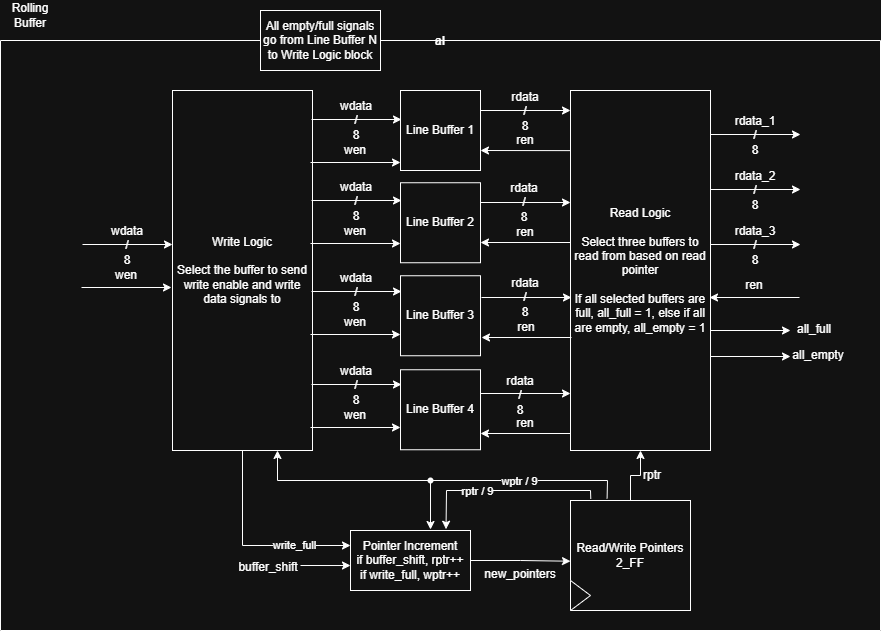
Above: diagrams/rolling_buffer.png in aryanka15/FPGA_Image_Processor (draw.io), before the change. Source tidied: cells renumbered, new cells last; positions are measured from the earlier drawing's top-left corner, leaving out a move shared by most shapes.
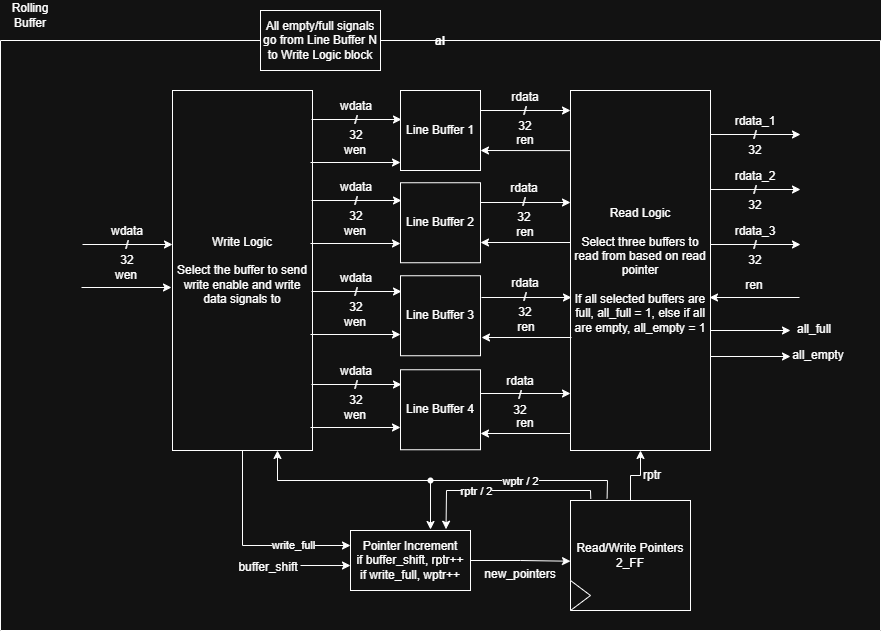
Above is the later version.

Commit message:
Updated rolling buffer RTL diagram to 32 bits

Change to the diagram source:
```diff
@@ -46,7 +46,7 @@
         <mxPoint x="172" y="204" as="targetPoint" />
       </mxGeometry>
     </mxCell>
-    <mxCell id="14" value="wdata&lt;div&gt;/&lt;/div&gt;&lt;div&gt;8&lt;/div&gt;" style="text;html=1;whiteSpace=wrap;strokeColor=none;fillColor=none;align=center;verticalAlign=middle;rounded=0;" parent="2" vertex="1">
+    <mxCell id="14" value="wdata&lt;div&gt;/&lt;/div&gt;&lt;div&gt;32&lt;/div&gt;" style="text;html=1;whiteSpace=wrap;strokeColor=none;fillColor=none;align=center;verticalAlign=middle;rounded=0;" parent="2" vertex="1">
       <mxGeometry x="97" y="190" width="60" height="30" as="geometry" />
     </mxCell>
     <mxCell id="15" style="edgeStyle=none;orthogonalLoop=1;jettySize=auto;html=1;rounded=0;" parent="2" edge="1">
@@ -78,7 +78,7 @@
         </Array>
       </mxGeometry>
     </mxCell>
-    <mxCell id="22" value="rptr / 9" style="edgeLabel;html=1;align=center;verticalAlign=middle;" parent="21" vertex="1">
+    <mxCell id="22" value="rptr / 2" style="edgeLabel;html=1;align=center;verticalAlign=middle;" parent="21" vertex="1">
       <mxGeometry x="0.34" relative="1" as="geometry">
         <mxPoint x="6" as="offset" />
       </mxGeometry>
@@ -98,7 +98,7 @@
     <mxCell id="26" value="Rolling Buffer" style="text;html=1;whiteSpace=wrap;strokeColor=none;fillColor=none;align=center;verticalAlign=middle;rounded=0;" parent="1" vertex="1">
       <mxGeometry width="60" height="30" as="geometry" />
     </mxCell>
-    <mxCell id="27" value="rdata&lt;div&gt;/&lt;/div&gt;&lt;div&gt;8&lt;/div&gt;" style="text;html=1;whiteSpace=wrap;strokeColor=none;fillColor=none;align=center;verticalAlign=middle;rounded=0;" parent="1" vertex="1">
+    <mxCell id="27" value="rdata&lt;div&gt;/&lt;/div&gt;&lt;div&gt;32&lt;/div&gt;" style="text;html=1;whiteSpace=wrap;strokeColor=none;fillColor=none;align=center;verticalAlign=middle;rounded=0;" parent="1" vertex="1">
       <mxGeometry x="495" y="96" width="60" height="30" as="geometry" />
     </mxCell>
     <mxCell id="28" value="ren" style="text;html=1;whiteSpace=wrap;strokeColor=none;fillColor=none;align=center;verticalAlign=middle;rounded=0;" parent="1" vertex="1">
@@ -155,7 +155,7 @@
         <mxPoint x="401" y="119" as="targetPoint" />
       </mxGeometry>
     </mxCell>
-    <mxCell id="39" value="wdata&lt;div&gt;/&lt;/div&gt;&lt;div&gt;8&lt;/div&gt;" style="text;html=1;whiteSpace=wrap;strokeColor=none;fillColor=none;align=center;verticalAlign=middle;rounded=0;" parent="1" vertex="1">
+    <mxCell id="39" value="wdata&lt;div&gt;/&lt;/div&gt;&lt;div&gt;32&lt;/div&gt;" style="text;html=1;whiteSpace=wrap;strokeColor=none;fillColor=none;align=center;verticalAlign=middle;rounded=0;" parent="1" vertex="1">
       <mxGeometry x="326" y="105" width="60" height="30" as="geometry" />
     </mxCell>
     <mxCell id="40" style="edgeStyle=none;orthogonalLoop=1;jettySize=auto;html=1;rounded=0;" parent="1" edge="1">
@@ -173,7 +173,7 @@
         <mxPoint x="401" y="200" as="targetPoint" />
       </mxGeometry>
     </mxCell>
-    <mxCell id="43" value="wdata&lt;div&gt;/&lt;/div&gt;&lt;div&gt;8&lt;/div&gt;" style="text;html=1;whiteSpace=wrap;strokeColor=none;fillColor=none;align=center;verticalAlign=middle;rounded=0;" parent="1" vertex="1">
+    <mxCell id="43" value="wdata&lt;div&gt;/&lt;/div&gt;&lt;div&gt;32&lt;/div&gt;" style="text;html=1;whiteSpace=wrap;strokeColor=none;fillColor=none;align=center;verticalAlign=middle;rounded=0;" parent="1" vertex="1">
       <mxGeometry x="326" y="186" width="60" height="30" as="geometry" />
     </mxCell>
     <mxCell id="44" style="edgeStyle=none;orthogonalLoop=1;jettySize=auto;html=1;rounded=0;" parent="1" edge="1">
@@ -191,7 +191,7 @@
         <mxPoint x="401" y="291" as="targetPoint" />
       </mxGeometry>
     </mxCell>
-    <mxCell id="47" value="wdata&lt;div&gt;/&lt;/div&gt;&lt;div&gt;8&lt;/div&gt;" style="text;html=1;whiteSpace=wrap;strokeColor=none;fillColor=none;align=center;verticalAlign=middle;rounded=0;" parent="1" vertex="1">
+    <mxCell id="47" value="wdata&lt;div&gt;/&lt;/div&gt;&lt;div&gt;32&lt;/div&gt;" style="text;html=1;whiteSpace=wrap;strokeColor=none;fillColor=none;align=center;verticalAlign=middle;rounded=0;" parent="1" vertex="1">
       <mxGeometry x="326" y="277" width="60" height="30" as="geometry" />
     </mxCell>
     <mxCell id="48" style="edgeStyle=none;orthogonalLoop=1;jettySize=auto;html=1;rounded=0;" parent="1" edge="1">
@@ -209,7 +209,7 @@
         <mxPoint x="401" y="384" as="targetPoint" />
       </mxGeometry>
     </mxCell>
-    <mxCell id="51" value="wdata&lt;div&gt;/&lt;/div&gt;&lt;div&gt;8&lt;/div&gt;" style="text;html=1;whiteSpace=wrap;strokeColor=none;fillColor=none;align=center;verticalAlign=middle;rounded=0;" parent="1" vertex="1">
+    <mxCell id="51" value="wdata&lt;div&gt;/&lt;/div&gt;&lt;div&gt;32&lt;/div&gt;" style="text;html=1;whiteSpace=wrap;strokeColor=none;fillColor=none;align=center;verticalAlign=middle;rounded=0;" parent="1" vertex="1">
       <mxGeometry x="326" y="370" width="60" height="30" as="geometry" />
     </mxCell>
     <mxCell id="52" style="edgeStyle=none;orthogonalLoop=1;jettySize=auto;html=1;rounded=0;" parent="1" edge="1">
@@ -227,7 +227,7 @@
         <mxPoint x="800" y="244" as="targetPoint" />
       </mxGeometry>
     </mxCell>
-    <mxCell id="55" value="rdata_3&lt;div&gt;/&lt;/div&gt;&lt;div&gt;8&lt;/div&gt;" style="text;html=1;whiteSpace=wrap;strokeColor=none;fillColor=none;align=center;verticalAlign=middle;rounded=0;" parent="1" vertex="1">
+    <mxCell id="55" value="rdata_3&lt;div&gt;/&lt;/div&gt;&lt;div&gt;32&lt;/div&gt;" style="text;html=1;whiteSpace=wrap;strokeColor=none;fillColor=none;align=center;verticalAlign=middle;rounded=0;" parent="1" vertex="1">
       <mxGeometry x="725" y="230" width="60" height="30" as="geometry" />
     </mxCell>
     <mxCell id="56" style="edgeStyle=none;orthogonalLoop=1;jettySize=auto;html=1;rounded=0;" parent="1" edge="1">
@@ -239,13 +239,13 @@
     <mxCell id="57" value="ren" style="text;html=1;whiteSpace=wrap;strokeColor=none;fillColor=none;align=center;verticalAlign=middle;rounded=0;" parent="1" vertex="1">
       <mxGeometry x="724" y="270" width="60" height="30" as="geometry" />
     </mxCell>
-    <mxCell id="58" value="rdata&lt;div&gt;/&lt;/div&gt;&lt;div&gt;8&lt;/div&gt;" style="text;html=1;whiteSpace=wrap;strokeColor=none;fillColor=none;align=center;verticalAlign=middle;rounded=0;" parent="1" vertex="1">
+    <mxCell id="58" value="rdata&lt;div&gt;/&lt;/div&gt;&lt;div&gt;32&lt;/div&gt;" style="text;html=1;whiteSpace=wrap;strokeColor=none;fillColor=none;align=center;verticalAlign=middle;rounded=0;" parent="1" vertex="1">
       <mxGeometry x="494" y="187" width="60" height="30" as="geometry" />
     </mxCell>
-    <mxCell id="59" value="rdata&lt;div&gt;/&lt;/div&gt;&lt;div&gt;8&lt;/div&gt;" style="text;html=1;whiteSpace=wrap;strokeColor=none;fillColor=none;align=center;verticalAlign=middle;rounded=0;" parent="1" vertex="1">
+    <mxCell id="59" value="rdata&lt;div&gt;/&lt;/div&gt;&lt;div&gt;32&lt;/div&gt;" style="text;html=1;whiteSpace=wrap;strokeColor=none;fillColor=none;align=center;verticalAlign=middle;rounded=0;" parent="1" vertex="1">
       <mxGeometry x="495" y="282" width="60" height="30" as="geometry" />
     </mxCell>
-    <mxCell id="60" value="rdata&lt;div&gt;/&lt;/div&gt;&lt;div&gt;8&lt;/div&gt;" style="text;html=1;whiteSpace=wrap;strokeColor=none;fillColor=none;align=center;verticalAlign=middle;rounded=0;" parent="1" vertex="1">
+    <mxCell id="60" value="rdata&lt;div&gt;/&lt;/div&gt;&lt;div&gt;32&lt;/div&gt;" style="text;html=1;whiteSpace=wrap;strokeColor=none;fillColor=none;align=center;verticalAlign=middle;rounded=0;" parent="1" vertex="1">
       <mxGeometry x="490" y="380" width="60" height="30" as="geometry" />
     </mxCell>
     <mxCell id="61" style="edgeStyle=none;jettySize=auto;html=1;rounded=0;exitX=0.305;exitY=-0.019;exitDx=0;exitDy=0;exitPerimeter=0;entryX=0.796;entryY=-0.021;entryDx=0;entryDy=0;entryPerimeter=0;" parent="1" edge="1" source="19">
@@ -257,7 +257,7 @@
         </Array>
       </mxGeometry>
     </mxCell>
-    <mxCell id="62" value="wptr / 9" style="edgeLabel;html=1;align=center;verticalAlign=middle;" parent="61" vertex="1">
+    <mxCell id="62" value="wptr / 2" style="edgeLabel;html=1;align=center;verticalAlign=middle;" parent="61" vertex="1">
       <mxGeometry x="-0.13" relative="1" as="geometry" />
     </mxCell>
     <mxCell id="63" style="edgeStyle=orthogonalEdgeStyle;rounded=0;orthogonalLoop=1;jettySize=auto;html=1;" parent="1" edge="1">
@@ -310,7 +310,7 @@
         <mxPoint x="800" y="189" as="targetPoint" />
       </mxGeometry>
     </mxCell>
-    <mxCell id="74" value="rdata_2&lt;div&gt;/&lt;/div&gt;&lt;div&gt;8&lt;/div&gt;" style="text;html=1;whiteSpace=wrap;strokeColor=none;fillColor=none;align=center;verticalAlign=middle;rounded=0;" parent="1" vertex="1">
+    <mxCell id="74" value="rdata_2&lt;div&gt;/&lt;/div&gt;&lt;div&gt;32&lt;/div&gt;" style="text;html=1;whiteSpace=wrap;strokeColor=none;fillColor=none;align=center;verticalAlign=middle;rounded=0;" parent="1" vertex="1">
       <mxGeometry x="725" y="175" width="60" height="30" as="geometry" />
     </mxCell>
     <mxCell id="75" style="edgeStyle=none;orthogonalLoop=1;jettySize=auto;html=1;rounded=0;" parent="1" edge="1">
@@ -319,7 +319,7 @@
         <mxPoint x="800" y="134" as="targetPoint" />
       </mxGeometry>
     </mxCell>
-    <mxCell id="76" value="rdata_1&lt;div&gt;/&lt;/div&gt;&lt;div&gt;8&lt;/div&gt;" style="text;html=1;whiteSpace=wrap;strokeColor=none;fillColor=none;align=center;verticalAlign=middle;rounded=0;" parent="1" vertex="1">
+    <mxCell id="76" value="rdata_1&lt;div&gt;/&lt;/div&gt;&lt;div&gt;32&lt;/div&gt;" style="text;html=1;whiteSpace=wrap;strokeColor=none;fillColor=none;align=center;verticalAlign=middle;rounded=0;" parent="1" vertex="1">
       <mxGeometry x="725" y="120" width="60" height="30" as="geometry" />
     </mxCell>
   </root>
```
